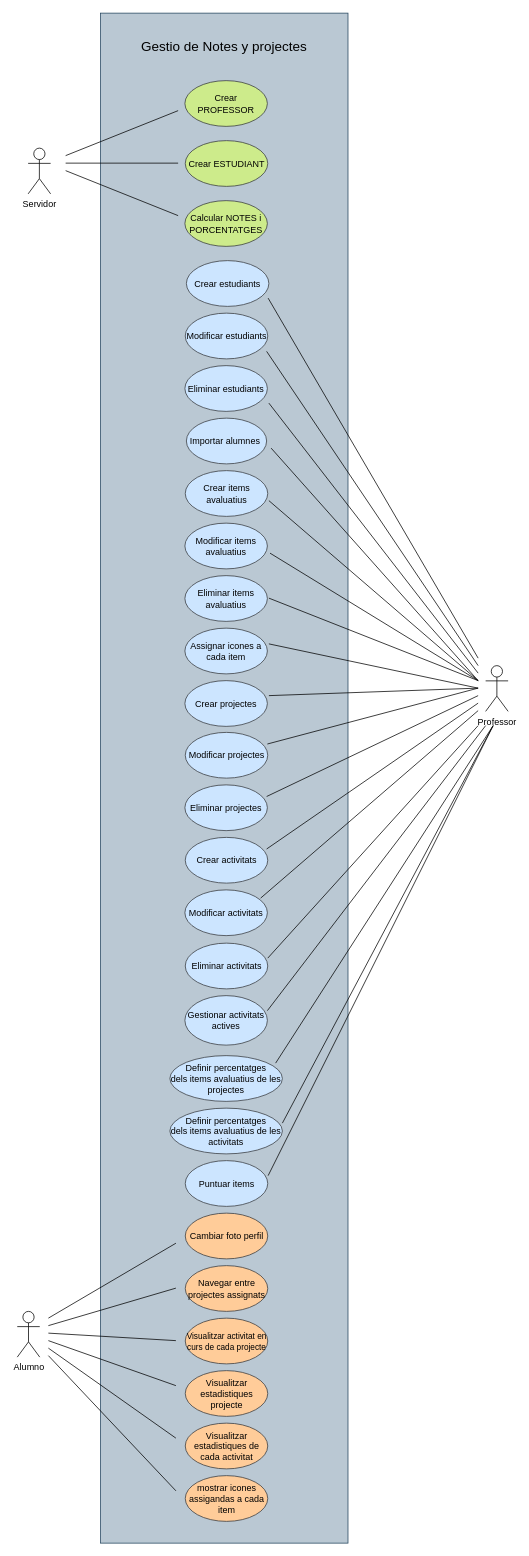
Above: Micro02-UML.drawio in MiguelGallardoRevaliente/Micro02 (draw.io), before the change. Source tidied: cells renumbered, new cells numbered last; positions are measured from the earlier drawing's top-left corner, leaving out a move shared by most shapes. Both pictures are drawn from the tidied source at 75%, with x=0, y=0 at pixel (17, 13).
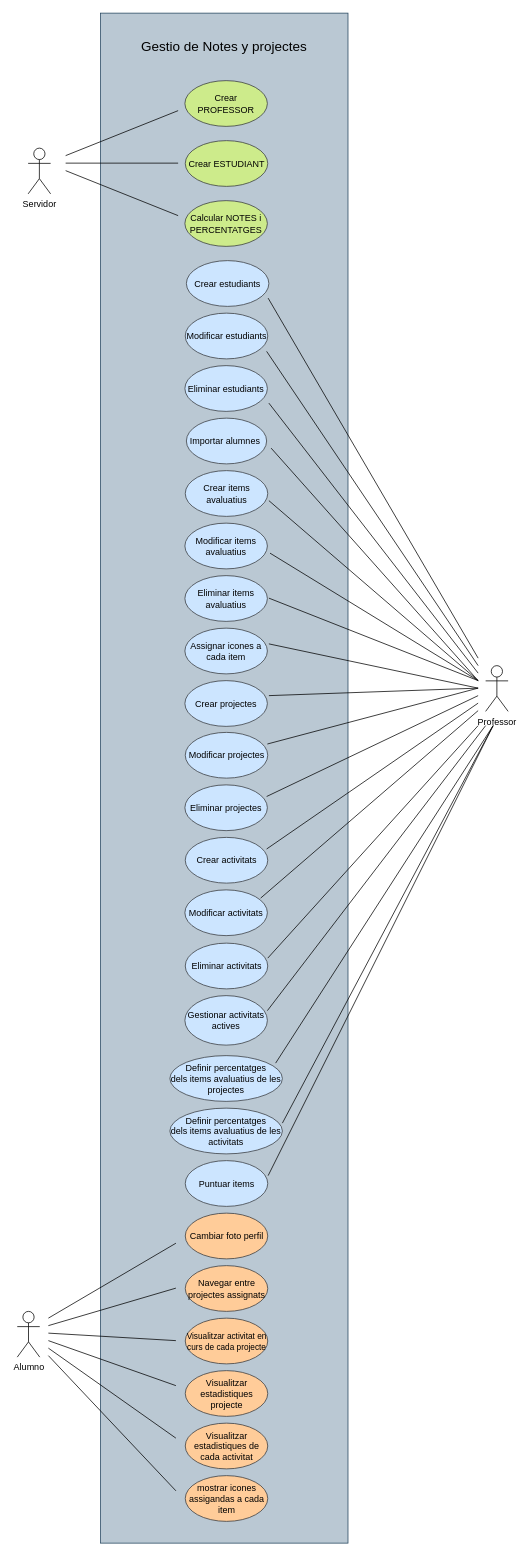
The same page after the edit.

What changed in the source:
```diff
@@
-    <mxCell id="39" value="Calcular NOTES i PORCENTATGES" style="ellipse;whiteSpace=wrap;html=1;fillColor=#cdeb8b;strokeColor=#36393d;" parent="1" vertex="1">
+    <mxCell id="39" value="Calcular NOTES i PERCENTATGES" style="ellipse;whiteSpace=wrap;html=1;fillColor=#cdeb8b;strokeColor=#36393d;" parent="1" vertex="1">
       <mxGeometry x="223" y="250" width="110" height="61" as="geometry" />
     </mxCell>
```
